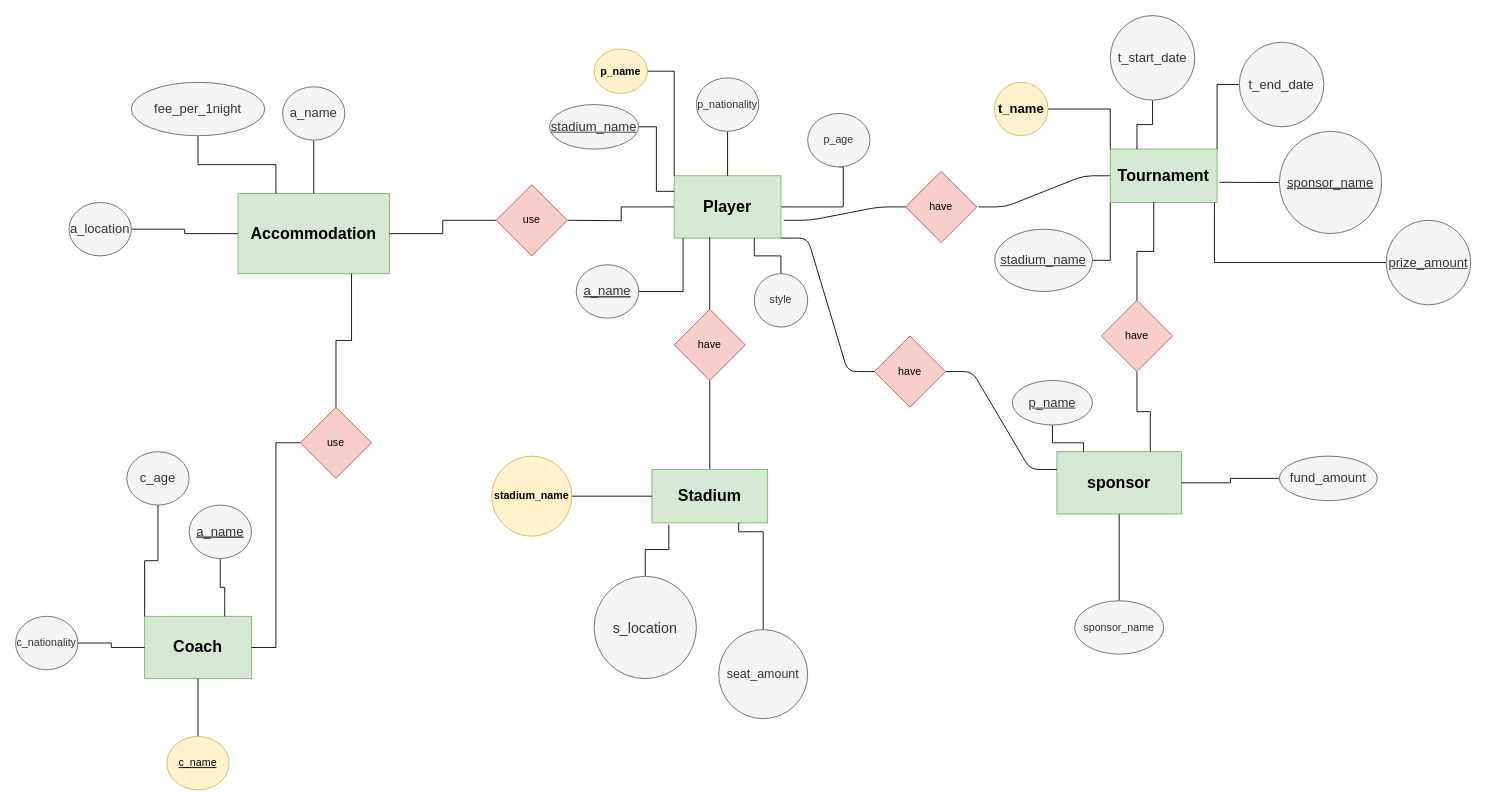
Earlier version of the draw.io diagram A3_individual_sport.drawio (hansangyeob/DB-mysql-). Source tidied: cells renumbered, new cells numbered last; positions are measured from the earlier drawing's top-left corner, leaving out a move shared by most shapes. Both pictures are drawn from the tidied source at 89%, with x=0, y=0 at pixel (15, 15).
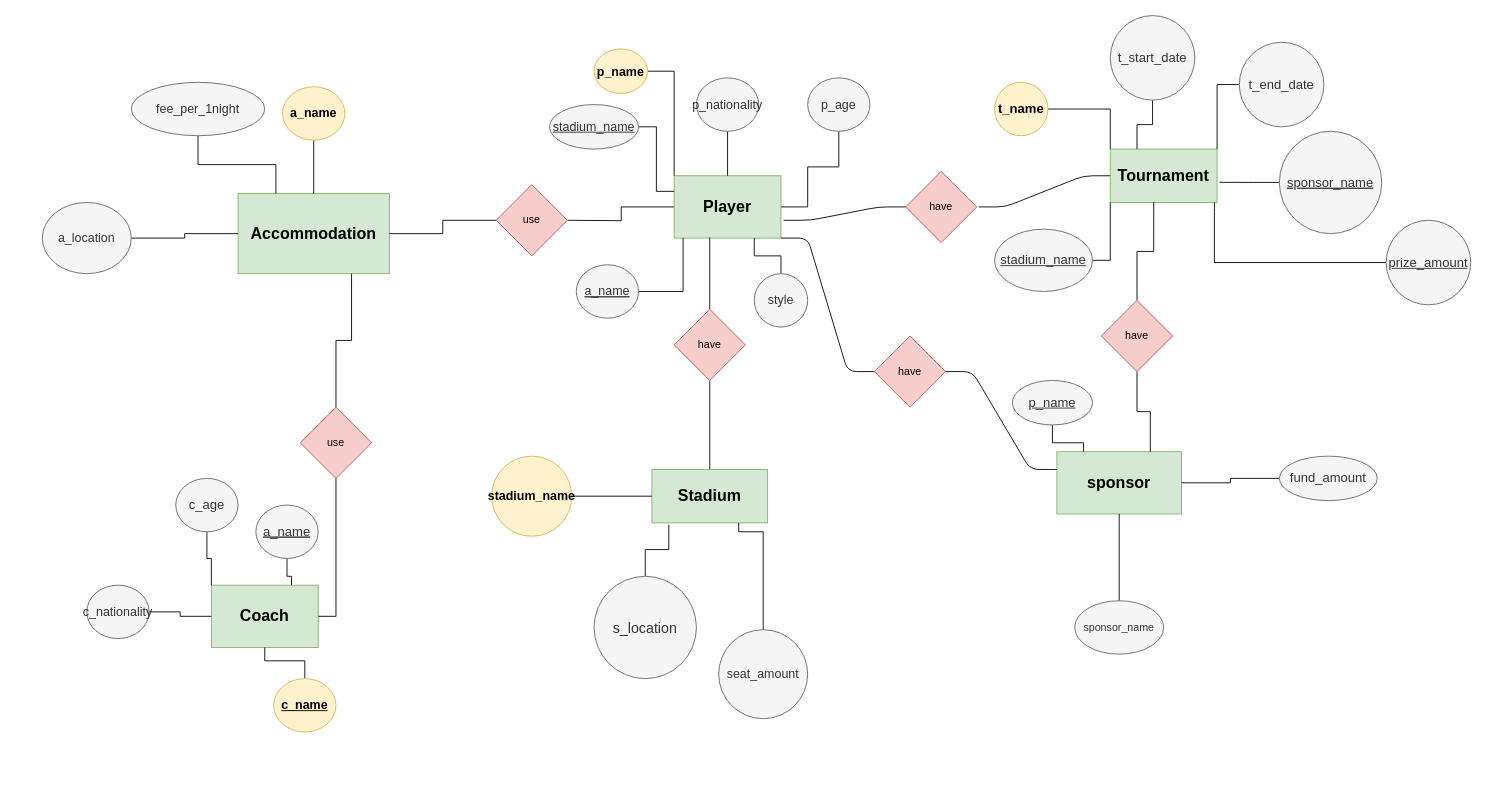
The same page after the edit.

The change refers to these unchanged cells:
```xml
<mxCell id="4" value="Player" style="rounded=0;whiteSpace=wrap;html=1;fillColor=#d5e8d4;strokeColor=#82b366;fontStyle=1;fontSize=18;" parent="1" vertex="1">
  <mxGeometry x="740" y="180" width="120" height="70" as="geometry" />
</mxCell>
<mxCell id="69" value="use" style="rhombus;whiteSpace=wrap;html=1;fillColor=#f8cecc;strokeColor=#b85450;" parent="1" vertex="1">
  <mxGeometry x="320" y="440" width="80" height="80" as="geometry" />
</mxCell>
```

Change to the diagram source:
```diff
@@
     <mxCell id="2" style="edgeStyle=orthogonalEdgeStyle;rounded=0;jettySize=auto;html=1;entryX=0.5;entryY=1;entryDx=0;entryDy=0;endArrow=none;endFill=0;" parent="1" edge="1" source="4" target="5">
       <mxGeometry relative="1" as="geometry">
         <Array as="points">
-          <mxPoint x="930" y="215" />
-          <mxPoint x="930" y="170" />
+          <mxPoint x="890" y="215" />
+          <mxPoint x="890" y="170" />
+          <mxPoint x="925" y="170" />
         </Array>
       </mxGeometry>
     </mxCell>
@@
-    <mxCell id="5" value="p_age&lt;br&gt;" style="ellipse;whiteSpace=wrap;html=1;fillColor=#f5f5f5;strokeColor=#666666;fontColor=#333333;fontStyle=0;" parent="1" vertex="1">
-      <mxGeometry x="890" y="110" width="70" height="60" as="geometry" />
+    <mxCell id="5" value="p_age&lt;br style=&quot;font-size: 14px;&quot;&gt;" style="ellipse;whiteSpace=wrap;html=1;fillColor=#f5f5f5;strokeColor=#666666;fontColor=#333333;fontStyle=0;fontSize=14;" parent="1" vertex="1">
+      <mxGeometry x="890" y="70" width="70" height="60" as="geometry" />
     </mxCell>
@@
-    <mxCell id="7" value="p_nationality&lt;br&gt;" style="ellipse;whiteSpace=wrap;html=1;fillColor=#f5f5f5;strokeColor=#666666;fontColor=#333333;" parent="1" vertex="1">
+    <mxCell id="7" value="p_nationality&lt;br style=&quot;font-size: 14px;&quot;&gt;" style="ellipse;whiteSpace=wrap;html=1;fillColor=#f5f5f5;strokeColor=#666666;fontColor=#333333;fontSize=14;" parent="1" vertex="1">
       <mxGeometry x="765" y="70" width="70" height="60" as="geometry" />
     </mxCell>
@@
-    <mxCell id="9" value="p_name" style="ellipse;whiteSpace=wrap;html=1;fillColor=#fff2cc;strokeColor=#d6b656;fontStyle=1;" parent="1" vertex="1">
+    <mxCell id="9" value="&lt;font style=&quot;font-size: 14px&quot;&gt;p_name&lt;/font&gt;" style="ellipse;whiteSpace=wrap;html=1;fillColor=#fff2cc;strokeColor=#d6b656;fontStyle=1;fontSize=14;" parent="1" vertex="1">
       <mxGeometry x="650" y="37.5" width="60" height="50" as="geometry" />
     </mxCell>
@@
-    <mxCell id="11" value="style" style="ellipse;whiteSpace=wrap;html=1;fillColor=#f5f5f5;strokeColor=#666666;fontColor=#333333;" parent="1" vertex="1">
+    <mxCell id="11" value="style" style="ellipse;whiteSpace=wrap;html=1;fillColor=#f5f5f5;strokeColor=#666666;fontColor=#333333;fontSize=14;" parent="1" vertex="1">
       <mxGeometry x="830" y="290" width="60" height="60" as="geometry" />
     </mxCell>
@@
-    <mxCell id="23" value="stadium_name&lt;br&gt;" style="ellipse;whiteSpace=wrap;html=1;fillColor=#fff2cc;strokeColor=#d6b656;fontStyle=1;" parent="1" vertex="1">
+    <mxCell id="23" value="stadium_name&lt;br style=&quot;font-size: 14px;&quot;&gt;" style="ellipse;whiteSpace=wrap;html=1;fillColor=#fff2cc;strokeColor=#d6b656;fontStyle=1;fontSize=14;" parent="1" vertex="1">
       <mxGeometry x="535" y="495" width="90" height="90" as="geometry" />
     </mxCell>
@@
-    <mxCell id="43" value="&lt;u&gt;&lt;span style=&quot;font-size: 11.0pt ; line-height: 107% ; font-family: &amp;#34;맑은 고딕&amp;#34;&quot;&gt;stadium_name&lt;/span&gt;&lt;/u&gt;" style="ellipse;whiteSpace=wrap;html=1;fillColor=#f5f5f5;strokeColor=#666666;fontColor=#333333;" parent="1" vertex="1">
+    <mxCell id="43" value="&lt;u style=&quot;font-size: 14px;&quot;&gt;&lt;span style=&quot;font-size: 14px; line-height: 107%; font-family: &amp;quot;맑은 고딕&amp;quot;;&quot;&gt;stadium_name&lt;/span&gt;&lt;/u&gt;" style="ellipse;whiteSpace=wrap;html=1;fillColor=#f5f5f5;strokeColor=#666666;fontColor=#333333;fontSize=14;" parent="1" vertex="1">
       <mxGeometry x="600" y="100" width="100" height="50" as="geometry" />
     </mxCell>
@@
-    <mxCell id="45" value="&lt;u&gt;&lt;span style=&quot;font-size: 11.0pt ; line-height: 107% ; font-family: &amp;#34;맑은 고딕&amp;#34;&quot;&gt;a_name&lt;/span&gt;&lt;/u&gt;" style="ellipse;whiteSpace=wrap;html=1;fillColor=#f5f5f5;strokeColor=#666666;fontColor=#333333;fontStyle=4;" parent="1" vertex="1">
+    <mxCell id="45" value="&lt;u style=&quot;font-size: 14px;&quot;&gt;&lt;span style=&quot;font-size: 14px; line-height: 107%; font-family: &amp;quot;맑은 고딕&amp;quot;;&quot;&gt;a_name&lt;/span&gt;&lt;/u&gt;" style="ellipse;whiteSpace=wrap;html=1;fillColor=#f5f5f5;strokeColor=#666666;fontColor=#333333;fontStyle=4;fontSize=14;" parent="1" vertex="1">
       <mxGeometry x="630" y="280" width="70" height="60" as="geometry" />
     </mxCell>
@@
-    <mxCell id="54" value="&lt;span&gt;&lt;span style=&quot;font-size: 11.0pt ; line-height: 107% ; font-family: &amp;quot;맑은 고딕&amp;quot;&quot;&gt;a_name&lt;/span&gt;&lt;/span&gt;" style="ellipse;whiteSpace=wrap;html=1;fillColor=#f5f5f5;strokeColor=#666666;fontColor=#333333;fontStyle=0;" parent="1" vertex="1">
+    <mxCell id="54" value="&lt;span style=&quot;font-size: 14px;&quot;&gt;&lt;span style=&quot;font-size: 14px; line-height: 107%; font-family: &amp;quot;맑은 고딕&amp;quot;;&quot;&gt;a_name&lt;/span&gt;&lt;/span&gt;" style="ellipse;whiteSpace=wrap;html=1;fillColor=#fff2cc;strokeColor=#d6b656;fontStyle=1;fontSize=14;" parent="1" vertex="1">
       <mxGeometry x="300" y="80" width="70" height="60" as="geometry" />
     </mxCell>
@@
-    <mxCell id="56" value="&lt;span&gt;&lt;span style=&quot;font-size: 11.0pt ; line-height: 107% ; font-family: &amp;#34;맑은 고딕&amp;#34;&quot;&gt;a_location&lt;/span&gt;&lt;/span&gt;" style="ellipse;whiteSpace=wrap;html=1;fillColor=#f5f5f5;strokeColor=#666666;fontColor=#333333;fontStyle=0;" parent="1" vertex="1">
-      <mxGeometry x="60" y="210" width="70" height="60" as="geometry" />
+    <mxCell id="56" value="&lt;span style=&quot;font-size: 14px;&quot;&gt;&lt;span style=&quot;font-size: 14px; line-height: 107%; font-family: &amp;quot;맑은 고딕&amp;quot;;&quot;&gt;a_location&lt;/span&gt;&lt;/span&gt;" style="ellipse;whiteSpace=wrap;html=1;fillColor=#f5f5f5;strokeColor=#666666;fontColor=#333333;fontStyle=0;fontSize=14;" parent="1" vertex="1">
+      <mxGeometry x="30" y="210" width="100" height="80" as="geometry" />
     </mxCell>
@@
-    <mxCell id="58" value="&lt;span style=&quot;font-size: 11.0pt ; line-height: 107% ; font-family: &amp;#34;맑은 고딕&amp;#34;&quot;&gt;fee_per_1night&lt;/span&gt;" style="ellipse;whiteSpace=wrap;html=1;fillColor=#f5f5f5;strokeColor=#666666;fontColor=#333333;fontStyle=0;" parent="1" vertex="1">
+    <mxCell id="58" value="&lt;span style=&quot;font-size: 14px; line-height: 107%; font-family: &amp;quot;맑은 고딕&amp;quot;;&quot;&gt;fee_per_1night&lt;/span&gt;" style="ellipse;whiteSpace=wrap;html=1;fillColor=#f5f5f5;strokeColor=#666666;fontColor=#333333;fontStyle=0;fontSize=14;" parent="1" vertex="1">
       <mxGeometry x="130" y="75" width="150" height="60" as="geometry" />
     </mxCell>
     <mxCell id="59" value="Coach" style="rounded=0;whiteSpace=wrap;html=1;fillColor=#d5e8d4;strokeColor=#82b366;fontStyle=1;fontSize=18;" parent="1" vertex="1">
-      <mxGeometry x="145" y="675" width="120" height="70" as="geometry" />
+      <mxGeometry x="220" y="640" width="120" height="70" as="geometry" />
     </mxCell>
@@
-    <mxCell id="61" value="c_name&lt;br&gt;" style="ellipse;whiteSpace=wrap;html=1;fillColor=#fff2cc;strokeColor=#d6b656;fontStyle=4;" parent="1" vertex="1">
-      <mxGeometry x="170" y="810" width="70" height="60" as="geometry" />
+    <mxCell id="61" value="c_name&lt;br style=&quot;font-size: 14px;&quot;&gt;" style="ellipse;whiteSpace=wrap;html=1;fillColor=#fff2cc;strokeColor=#d6b656;fontStyle=5;fontSize=14;" parent="1" vertex="1">
+      <mxGeometry x="290" y="745" width="70" height="60" as="geometry" />
     </mxCell>
@@
-    <mxCell id="64" value="c_nationality" style="ellipse;whiteSpace=wrap;html=1;fillColor=#f5f5f5;strokeColor=#666666;fontColor=#333333;fontStyle=0;" parent="1" vertex="1">
-      <mxGeometry y="675" width="70" height="60" as="geometry" />
+    <mxCell id="64" value="c_nationality" style="ellipse;whiteSpace=wrap;html=1;fillColor=#f5f5f5;strokeColor=#666666;fontColor=#333333;fontStyle=0;fontSize=14;" parent="1" vertex="1">
+      <mxGeometry x="80" y="640" width="70" height="60" as="geometry" />
     </mxCell>
@@
     <mxCell id="66" value="&lt;u&gt;&lt;span style=&quot;font-size: 11.0pt ; line-height: 107% ; font-family: &amp;#34;맑은 고딕&amp;#34;&quot;&gt;a_name&lt;/span&gt;&lt;/u&gt;" style="ellipse;whiteSpace=wrap;html=1;fillColor=#f5f5f5;strokeColor=#666666;fontColor=#333333;fontStyle=4;" parent="1" vertex="1">
-      <mxGeometry x="195" y="550" width="70" height="60" as="geometry" />
+      <mxGeometry x="270" y="550" width="70" height="60" as="geometry" />
     </mxCell>
@@
-    <mxCell id="68" style="edgeStyle=orthogonalEdgeStyle;rounded=0;jettySize=auto;html=1;entryX=1;entryY=0.5;entryDx=0;entryDy=0;startArrow=none;startFill=0;endArrow=none;endFill=0;fontSize=14;" parent="1" edge="1" source="69" target="59">
+    <mxCell id="68" style="edgeStyle=orthogonalEdgeStyle;rounded=0;jettySize=auto;html=1;startArrow=none;startFill=0;endArrow=none;endFill=0;fontSize=14;entryX=1;entryY=0.5;entryDx=0;entryDy=0;" parent="1" edge="1" source="69" target="59">
       <mxGeometry relative="1" as="geometry" />
     </mxCell>
@@
     <mxCell id="75" value="&lt;span style=&quot;font-size: 11.0pt ; line-height: 107% ; font-family: &amp;quot;맑은 고딕&amp;quot;&quot;&gt;c_age&lt;/span&gt;" style="ellipse;whiteSpace=wrap;html=1;fillColor=#f5f5f5;strokeColor=#666666;fontColor=#333333;fontStyle=0;" parent="1" vertex="1">
-      <mxGeometry x="125" y="490" width="70" height="60" as="geometry" />
+      <mxGeometry x="180" y="520" width="70" height="60" as="geometry" />
     </mxCell>
```
